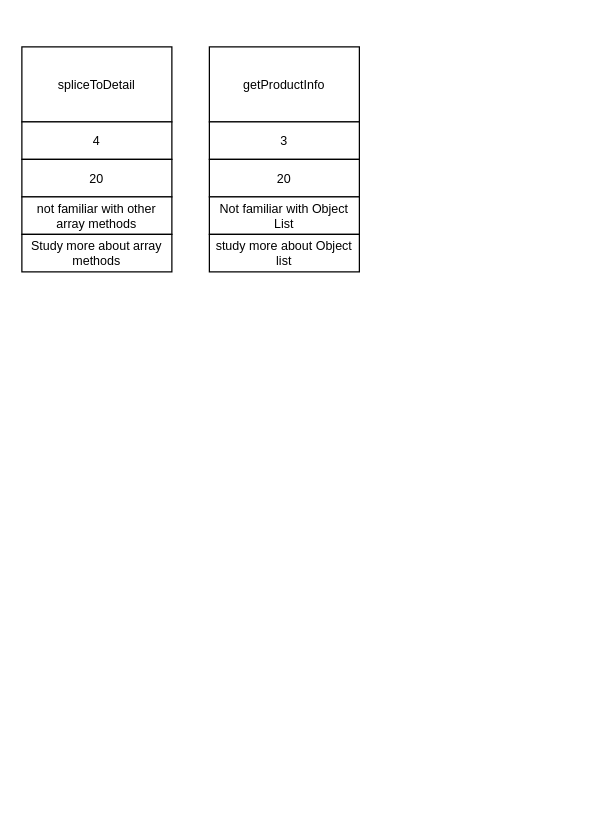
The draw.io diagram POS_PDCA.drawio in ponceje/pos-machine-practice-2020-10-11-13-53-6-305, before the edit. Source tidied: cells renumbered, new cells numbered last; positions are measured from the earlier drawing's top-left corner, leaving out a move shared by most shapes. Both pictures are drawn from the tidied source at 125%, with x=0, y=0 at pixel (21, 46).
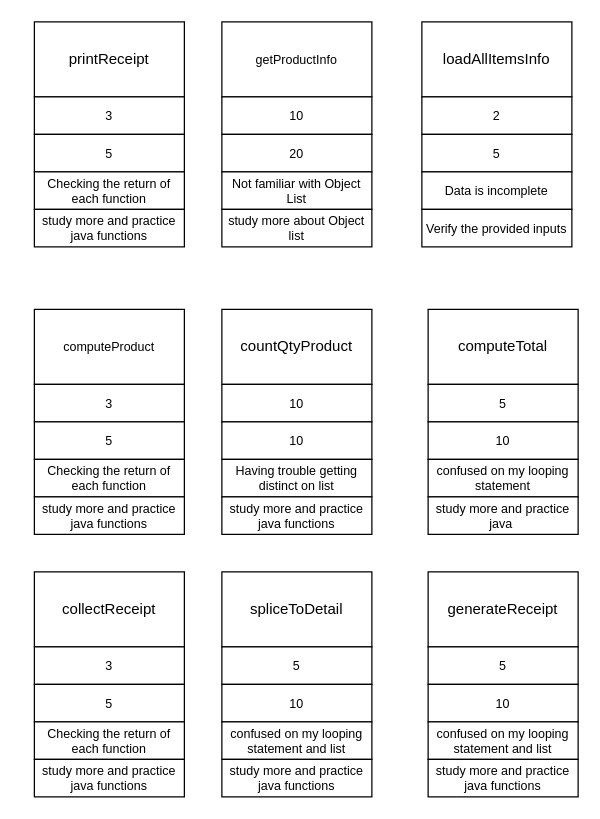
Above is the later version.

Commit message (it also covers changes not shown here):
Revise PDCA

Diff of the diagram source:
```diff
@@
     <mxCell id="2" value="getProductInfo" style="rounded=0;whiteSpace=wrap;html=1;fontSize=10;" parent="1" vertex="1">
-      <mxGeometry x="150" width="120" height="60" as="geometry" />
+      <mxGeometry x="160" y="-20" width="120" height="60" as="geometry" />
     </mxCell>
-    <mxCell id="3" value="spliceToDetail" style="rounded=0;whiteSpace=wrap;html=1;fontSize=10;" parent="1" vertex="1">
-      <mxGeometry width="120" height="60" as="geometry" />
+    <mxCell id="3" value="&lt;span style=&quot;font-size: 12px&quot;&gt;computeTotal&lt;/span&gt;" style="rounded=0;whiteSpace=wrap;html=1;fontSize=10;" parent="1" vertex="1">
+      <mxGeometry x="325" y="210" width="120" height="60" as="geometry" />
     </mxCell>
-    <mxCell id="4" value="3" style="rounded=0;whiteSpace=wrap;html=1;fontSize=10;" parent="1" vertex="1">
-      <mxGeometry x="150" y="60" width="120" height="30" as="geometry" />
+    <mxCell id="4" value="10" style="rounded=0;whiteSpace=wrap;html=1;fontSize=10;" parent="1" vertex="1">
+      <mxGeometry x="160" y="40" width="120" height="30" as="geometry" />
     </mxCell>
     <mxCell id="5" value="20" style="rounded=0;whiteSpace=wrap;html=1;fontSize=10;" parent="1" vertex="1">
-      <mxGeometry x="150" y="90" width="120" height="30" as="geometry" />
+      <mxGeometry x="160" y="70" width="120" height="30" as="geometry" />
     </mxCell>
     <mxCell id="6" value="Not familiar with Object List" style="rounded=0;whiteSpace=wrap;html=1;fontSize=10;" parent="1" vertex="1">
-      <mxGeometry x="150" y="120" width="120" height="30" as="geometry" />
+      <mxGeometry x="160" y="100" width="120" height="30" as="geometry" />
     </mxCell>
-    <mxCell id="7" value="4" style="rounded=0;whiteSpace=wrap;html=1;fontSize=10;" parent="1" vertex="1">
-      <mxGeometry y="60" width="120" height="30" as="geometry" />
+    <mxCell id="7" value="5" style="rounded=0;whiteSpace=wrap;html=1;fontSize=10;" parent="1" vertex="1">
+      <mxGeometry x="325" y="270" width="120" height="30" as="geometry" />
     </mxCell>
-    <mxCell id="8" value="20" style="rounded=0;whiteSpace=wrap;html=1;fontSize=10;" parent="1" vertex="1">
-      <mxGeometry y="90" width="120" height="30" as="geometry" />
+    <mxCell id="8" value="10" style="rounded=0;whiteSpace=wrap;html=1;fontSize=10;" parent="1" vertex="1">
+      <mxGeometry x="325" y="300" width="120" height="30" as="geometry" />
     </mxCell>
-    <mxCell id="9" value="not familiar with other array methods" style="rounded=0;whiteSpace=wrap;html=1;fontSize=10;" parent="1" vertex="1">
-      <mxGeometry y="120" width="120" height="30" as="geometry" />
+    <mxCell id="9" value="confused on my looping statement" style="rounded=0;whiteSpace=wrap;html=1;fontSize=10;" parent="1" vertex="1">
+      <mxGeometry x="325" y="330" width="120" height="30" as="geometry" />
     </mxCell>
     <mxCell id="10" value="study more about Object list" style="rounded=0;whiteSpace=wrap;html=1;fontSize=10;" parent="1" vertex="1">
-      <mxGeometry x="150" y="150" width="120" height="30" as="geometry" />
+      <mxGeometry x="160" y="130" width="120" height="30" as="geometry" />
     </mxCell>
-    <mxCell id="11" value="Study more about array methods" style="rounded=0;whiteSpace=wrap;html=1;fontSize=10;" parent="1" vertex="1">
-      <mxGeometry y="150" width="120" height="30" as="geometry" />
+    <mxCell id="11" value="study more and practice java&amp;nbsp;" style="rounded=0;whiteSpace=wrap;html=1;fontSize=10;" parent="1" vertex="1">
+      <mxGeometry x="325" y="360" width="120" height="30" as="geometry" />
     </mxCell>
+    <mxCell id="12" value="&lt;span style=&quot;font-size: 12px&quot;&gt;printReceipt&lt;/span&gt;" style="rounded=0;whiteSpace=wrap;html=1;fontSize=10;" parent="1" vertex="1">
+      <mxGeometry x="10" y="-20" width="120" height="60" as="geometry" />
+    </mxCell>
+    <mxCell id="13" value="3" style="rounded=0;whiteSpace=wrap;html=1;fontSize=10;" parent="1" vertex="1">
+      <mxGeometry x="10" y="40" width="120" height="30" as="geometry" />
+    </mxCell>
+    <mxCell id="14" value="5" style="rounded=0;whiteSpace=wrap;html=1;fontSize=10;" parent="1" vertex="1">
+      <mxGeometry x="10" y="70" width="120" height="30" as="geometry" />
+    </mxCell>
+    <mxCell id="15" value="Checking the return of each function" style="rounded=0;whiteSpace=wrap;html=1;fontSize=10;" parent="1" vertex="1">
+      <mxGeometry x="10" y="100" width="120" height="30" as="geometry" />
+    </mxCell>
+    <mxCell id="16" value="study more and practice java functions" style="rounded=0;whiteSpace=wrap;html=1;fontSize=10;" parent="1" vertex="1">
+      <mxGeometry x="10" y="130" width="120" height="30" as="geometry" />
+    </mxCell>
+    <mxCell id="17" value="&lt;span style=&quot;font-size: 12px&quot;&gt;loadAllItemsInfo&lt;/span&gt;" style="rounded=0;whiteSpace=wrap;html=1;fontSize=10;" parent="1" vertex="1">
+      <mxGeometry x="320" y="-20" width="120" height="60" as="geometry" />
+    </mxCell>
+    <mxCell id="18" value="2" style="rounded=0;whiteSpace=wrap;html=1;fontSize=10;" parent="1" vertex="1">
+      <mxGeometry x="320" y="40" width="120" height="30" as="geometry" />
+    </mxCell>
+    <mxCell id="19" value="5" style="rounded=0;whiteSpace=wrap;html=1;fontSize=10;" parent="1" vertex="1">
+      <mxGeometry x="320" y="70" width="120" height="30" as="geometry" />
+    </mxCell>
+    <mxCell id="20" value="Data is incomplete" style="rounded=0;whiteSpace=wrap;html=1;fontSize=10;" parent="1" vertex="1">
+      <mxGeometry x="320" y="100" width="120" height="30" as="geometry" />
+    </mxCell>
+    <mxCell id="21" value="Verify the provided inputs" style="rounded=0;whiteSpace=wrap;html=1;fontSize=10;" parent="1" vertex="1">
+      <mxGeometry x="320" y="130" width="120" height="30" as="geometry" />
+    </mxCell>
+    <mxCell id="22" value="computeProduct" style="rounded=0;whiteSpace=wrap;html=1;fontSize=10;" parent="1" vertex="1">
+      <mxGeometry x="10" y="210" width="120" height="60" as="geometry" />
+    </mxCell>
+    <mxCell id="23" value="3" style="rounded=0;whiteSpace=wrap;html=1;fontSize=10;" parent="1" vertex="1">
+      <mxGeometry x="10" y="270" width="120" height="30" as="geometry" />
+    </mxCell>
+    <mxCell id="24" value="5" style="rounded=0;whiteSpace=wrap;html=1;fontSize=10;" parent="1" vertex="1">
+      <mxGeometry x="10" y="300" width="120" height="30" as="geometry" />
+    </mxCell>
+    <mxCell id="25" value="Checking the return of each function" style="rounded=0;whiteSpace=wrap;html=1;fontSize=10;" parent="1" vertex="1">
+      <mxGeometry x="10" y="330" width="120" height="30" as="geometry" />
+    </mxCell>
+    <mxCell id="26" value="study more and practice java functions" style="rounded=0;whiteSpace=wrap;html=1;fontSize=10;" parent="1" vertex="1">
+      <mxGeometry x="10" y="360" width="120" height="30" as="geometry" />
+    </mxCell>
+    <mxCell id="27" value="&lt;span style=&quot;font-size: 12px&quot;&gt;countQtyProduct&lt;/span&gt;" style="rounded=0;whiteSpace=wrap;html=1;fontSize=10;" parent="1" vertex="1">
+      <mxGeometry x="160" y="210" width="120" height="60" as="geometry" />
+    </mxCell>
+    <mxCell id="28" value="10" style="rounded=0;whiteSpace=wrap;html=1;fontSize=10;" parent="1" vertex="1">
+      <mxGeometry x="160" y="270" width="120" height="30" as="geometry" />
+    </mxCell>
+    <mxCell id="29" value="10" style="rounded=0;whiteSpace=wrap;html=1;fontSize=10;" parent="1" vertex="1">
+      <mxGeometry x="160" y="300" width="120" height="30" as="geometry" />
+    </mxCell>
+    <mxCell id="30" value="Having trouble getting distinct on list" style="rounded=0;whiteSpace=wrap;html=1;fontSize=10;" parent="1" vertex="1">
+      <mxGeometry x="160" y="330" width="120" height="30" as="geometry" />
+    </mxCell>
+    <mxCell id="31" value="study more and practice java functions" style="rounded=0;whiteSpace=wrap;html=1;fontSize=10;" parent="1" vertex="1">
+      <mxGeometry x="160" y="360" width="120" height="30" as="geometry" />
+    </mxCell>
+    <mxCell id="32" value="&lt;span style=&quot;font-size: 12px&quot;&gt;collectReceipt&lt;/span&gt;" style="rounded=0;whiteSpace=wrap;html=1;fontSize=10;" parent="1" vertex="1">
+      <mxGeometry x="10" y="420" width="120" height="60" as="geometry" />
+    </mxCell>
+    <mxCell id="33" value="3" style="rounded=0;whiteSpace=wrap;html=1;fontSize=10;" parent="1" vertex="1">
+      <mxGeometry x="10" y="480" width="120" height="30" as="geometry" />
+    </mxCell>
+    <mxCell id="34" value="5" style="rounded=0;whiteSpace=wrap;html=1;fontSize=10;" parent="1" vertex="1">
+      <mxGeometry x="10" y="510" width="120" height="30" as="geometry" />
+    </mxCell>
+    <mxCell id="35" value="Checking the return of each function" style="rounded=0;whiteSpace=wrap;html=1;fontSize=10;" parent="1" vertex="1">
+      <mxGeometry x="10" y="540" width="120" height="30" as="geometry" />
+    </mxCell>
+    <mxCell id="36" value="study more and practice java functions" style="rounded=0;whiteSpace=wrap;html=1;fontSize=10;" parent="1" vertex="1">
+      <mxGeometry x="10" y="570" width="120" height="30" as="geometry" />
+    </mxCell>
+    <mxCell id="37" value="&lt;span style=&quot;font-size: 12px&quot;&gt;spliceToDetail&lt;/span&gt;" style="rounded=0;whiteSpace=wrap;html=1;fontSize=10;" parent="1" vertex="1">
+      <mxGeometry x="160" y="420" width="120" height="60" as="geometry" />
+    </mxCell>
+    <mxCell id="38" value="5" style="rounded=0;whiteSpace=wrap;html=1;fontSize=10;" parent="1" vertex="1">
+      <mxGeometry x="160" y="480" width="120" height="30" as="geometry" />
+    </mxCell>
+    <mxCell id="39" value="10" style="rounded=0;whiteSpace=wrap;html=1;fontSize=10;" parent="1" vertex="1">
+      <mxGeometry x="160" y="510" width="120" height="30" as="geometry" />
+    </mxCell>
+    <mxCell id="40" value="confused on my looping statement and list" style="rounded=0;whiteSpace=wrap;html=1;fontSize=10;" parent="1" vertex="1">
+      <mxGeometry x="160" y="540" width="120" height="30" as="geometry" />
+    </mxCell>
+    <mxCell id="41" value="study more and practice java functions" style="rounded=0;whiteSpace=wrap;html=1;fontSize=10;" parent="1" vertex="1">
+      <mxGeometry x="160" y="570" width="120" height="30" as="geometry" />
+    </mxCell>
+    <mxCell id="42" value="&lt;span style=&quot;font-size: 12px&quot;&gt;generateReceipt&lt;/span&gt;" style="rounded=0;whiteSpace=wrap;html=1;fontSize=10;" parent="1" vertex="1">
+      <mxGeometry x="325" y="420" width="120" height="60" as="geometry" />
+    </mxCell>
+    <mxCell id="43" value="5" style="rounded=0;whiteSpace=wrap;html=1;fontSize=10;" parent="1" vertex="1">
+      <mxGeometry x="325" y="480" width="120" height="30" as="geometry" />
+    </mxCell>
+    <mxCell id="44" value="10" style="rounded=0;whiteSpace=wrap;html=1;fontSize=10;" parent="1" vertex="1">
+      <mxGeometry x="325" y="510" width="120" height="30" as="geometry" />
+    </mxCell>
+    <mxCell id="45" value="confused on my looping statement and list" style="rounded=0;whiteSpace=wrap;html=1;fontSize=10;" parent="1" vertex="1">
+      <mxGeometry x="325" y="540" width="120" height="30" as="geometry" />
+    </mxCell>
+    <mxCell id="46" value="study more and practice java functions" style="rounded=0;whiteSpace=wrap;html=1;fontSize=10;" parent="1" vertex="1">
+      <mxGeometry x="325" y="570" width="120" height="30" as="geometry" />
+    </mxCell>
```
